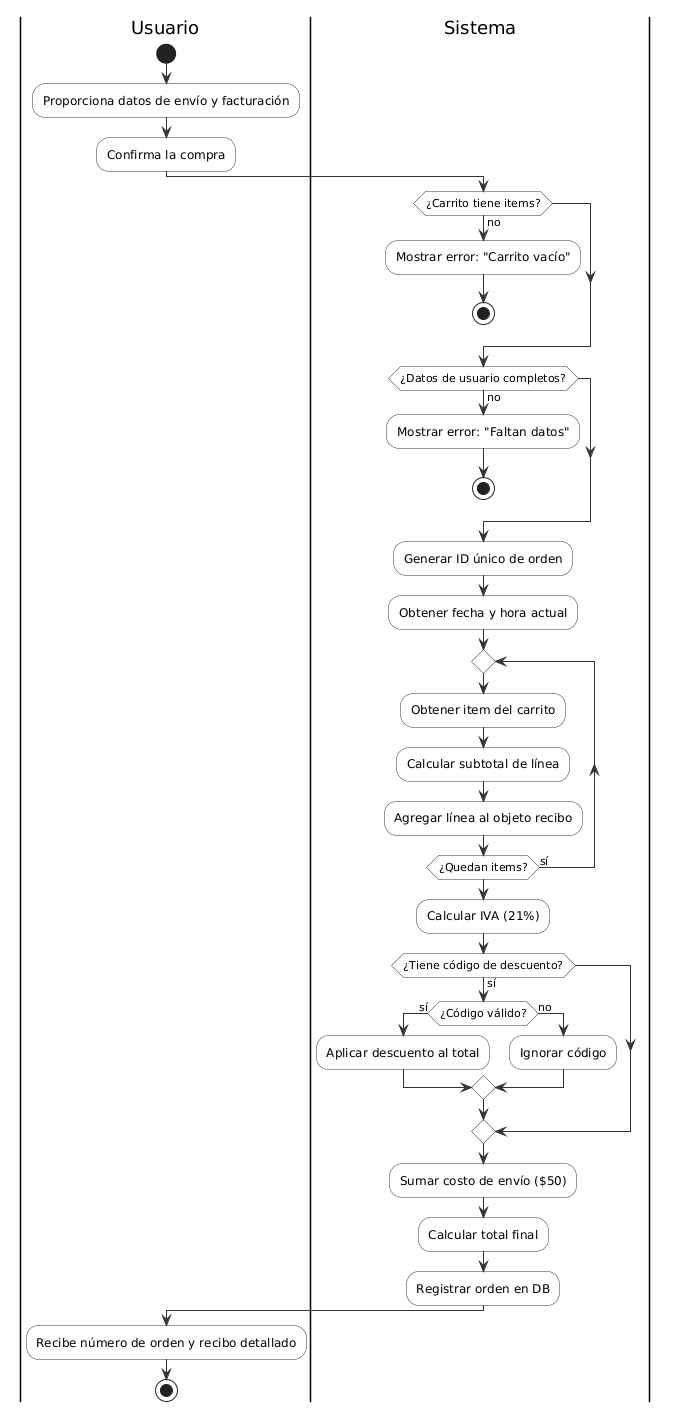
GonzaloBarbano/E-commerce keeps this PlantUML diagram as docs/05-diagramas/01-diagrama-de-actividades/actividad-flujo-4-recibo.png. Above is the earlier version. Source of this version:
```plantuml
@startuml
skinparam ActivityBackgroundColor #FFFFFF
skinparam ActivityBorderColor #333333
skinparam ArrowColor #333333

|Usuario|
start
:Proporciona datos de envío y facturación;
:Confirma la compra;

|Sistema|
if (¿Carrito tiene items?) then (no)
  :Mostrar error: "Carrito vacío";
  stop
endif

if (¿Datos de usuario completos?) then (no)
  :Mostrar error: "Faltan datos";
  stop
endif

:Generar ID único de orden;
:Obtener fecha y hora actual;

repeat
  :Obtener item del carrito;
  :Calcular subtotal de línea;
  :Agregar línea al objeto recibo;
repeat while (¿Quedan items?) is (sí)

:Calcular IVA (21%);

if (¿Tiene código de descuento?) then (sí)
  if (¿Código válido?) then (sí)
    :Aplicar descuento al total;
  else (no)
    :Ignorar código;
  endif
endif

:Sumar costo de envío ($50);
:Calcular total final;
:Registrar orden en DB;

|Usuario|
:Recibe número de orden y recibo detallado;
stop
@enduml
```
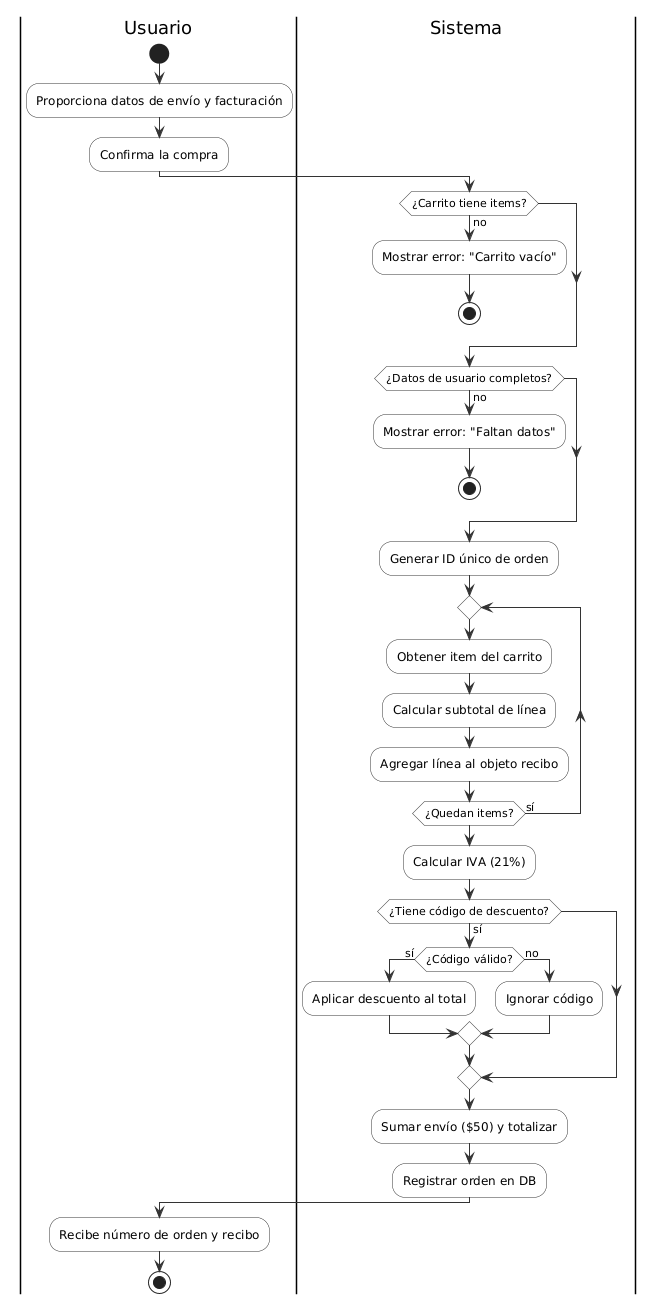
Above is the later version.

Change to the diagram source:
```diff
@@ -20,7 +20,6 @@
 endif
 
 :Generar ID único de orden;
-:Obtener fecha y hora actual;
 
 repeat
   :Obtener item del carrito;
@@ -38,11 +37,10 @@
   endif
 endif
 
-:Sumar costo de envío ($50);
-:Calcular total final;
+:Sumar envío ($50) y totalizar;
 :Registrar orden en DB;
 
 |Usuario|
-:Recibe número de orden y recibo detallado;
+:Recibe número de orden y recibo;
 stop
 @enduml
```
